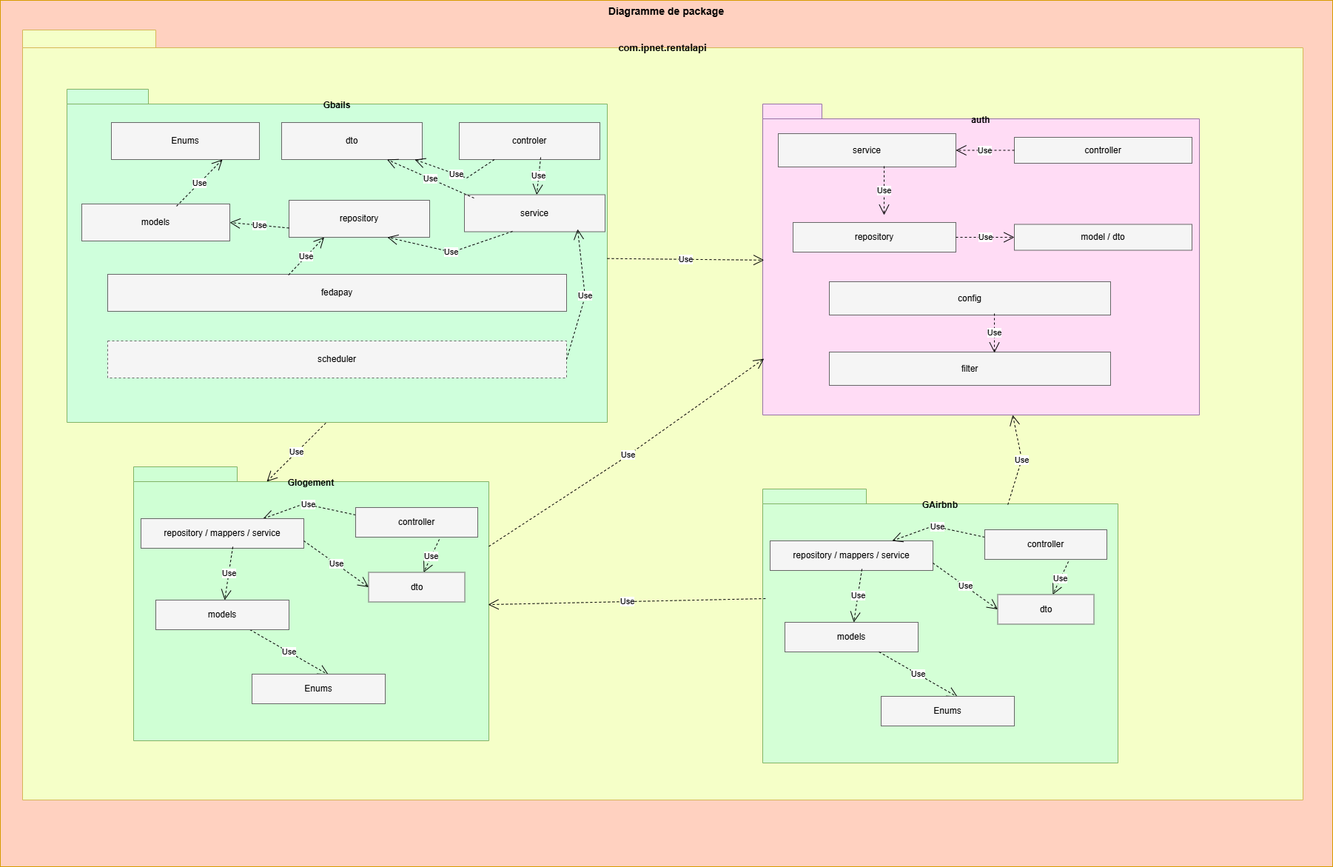
This is DIAGRAMME/package.drawio.png from xavierGIT04/Soutenance, a draw.io export, as it was before one commit. Source tidied: cells renumbered, new cells last; positions are measured from the earlier drawing's top-left corner, leaving out a move shared by most shapes.
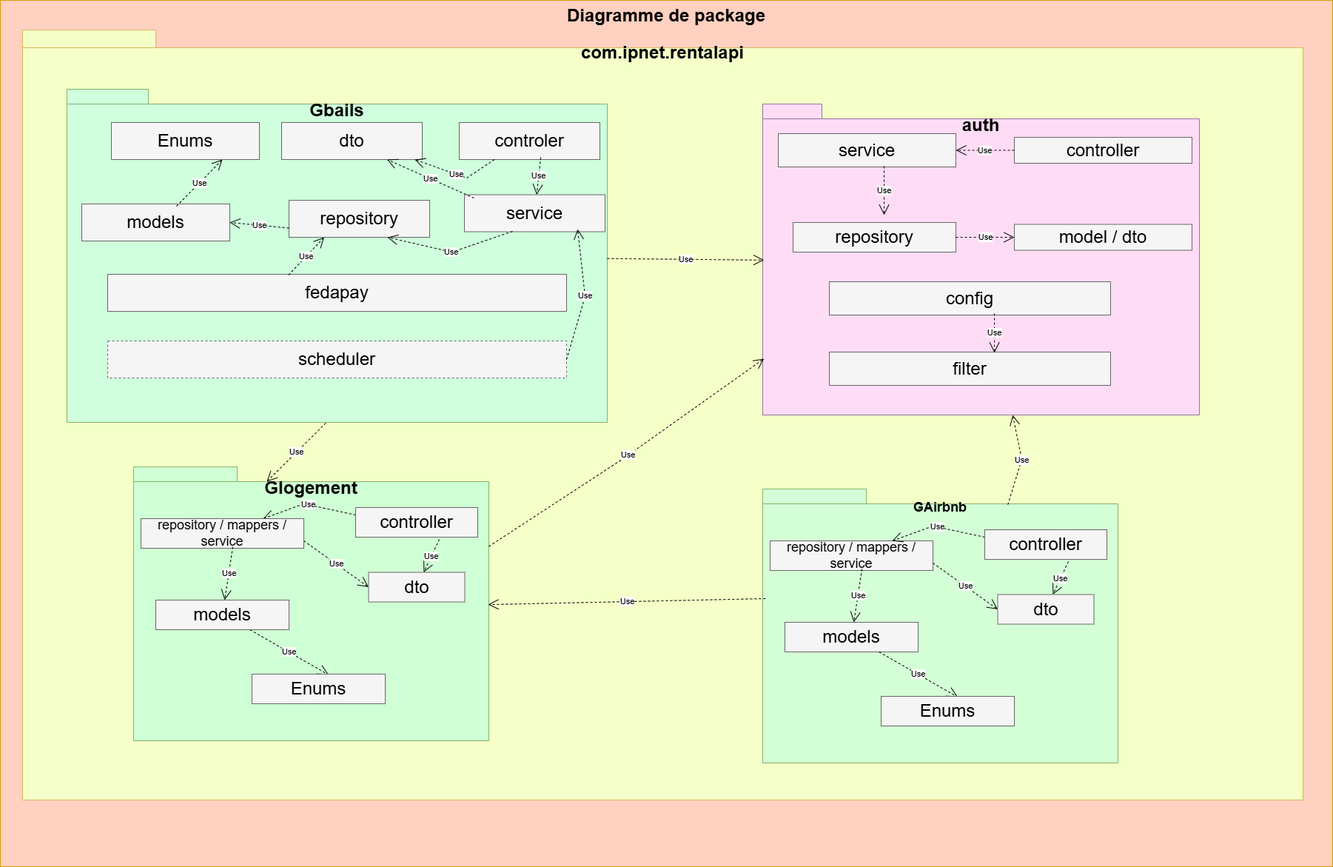
The same file after the commit.

The edit, as a diff of the source:
```diff
@@ -2,55 +2,55 @@
   <root>
     <mxCell id="0" />
     <mxCell id="1" parent="0" />
-    <mxCell id="2" value="Diagramme de package" style="rounded=0;whiteSpace=wrap;html=1;verticalAlign=top;fontStyle=1;fontSize=14;fillColor=#FFD1C0;strokeColor=#d79b00;" parent="1" vertex="1">
+    <mxCell id="2" value="&lt;font style=&quot;font-size: 24px;&quot;&gt;Diagramme de package&lt;/font&gt;" style="rounded=0;whiteSpace=wrap;html=1;verticalAlign=top;fontStyle=1;fontSize=14;fillColor=#FFD1C0;strokeColor=#d79b00;" parent="1" vertex="1">
       <mxGeometry width="1800" height="1170" as="geometry" />
     </mxCell>
-    <mxCell id="3" value="com.ipnet.rentalapi" style="shape=folder;fontStyle=1;spacingTop=10;tabWidth=180;tabHeight=24;tabPosition=left;html=1;whiteSpace=wrap;fillColor=#F5FFC8;strokeColor=#d6b656;verticalAlign=top;align=center;fontSize=13;" parent="1" vertex="1">
+    <mxCell id="3" value="&lt;font style=&quot;font-size: 24px;&quot;&gt;com.ipnet.rentalapi&lt;/font&gt;" style="shape=folder;fontStyle=1;spacingTop=10;tabWidth=180;tabHeight=24;tabPosition=left;html=1;whiteSpace=wrap;fillColor=#F5FFC8;strokeColor=#d6b656;verticalAlign=top;align=center;fontSize=13;" parent="1" vertex="1">
       <mxGeometry x="30" y="40" width="1730" height="1040" as="geometry" />
     </mxCell>
-    <mxCell id="4" value="Gbails" style="shape=folder;fontStyle=1;spacingTop=8;tabWidth=110;tabHeight=20;tabPosition=left;html=1;whiteSpace=wrap;fillColor=#CFFFDC;strokeColor=#82b366;verticalAlign=top;align=center;fontSize=12;" parent="1" vertex="1">
+    <mxCell id="4" value="&lt;font style=&quot;font-size: 24px;&quot;&gt;Gbails&lt;/font&gt;" style="shape=folder;fontStyle=1;spacingTop=8;tabWidth=110;tabHeight=20;tabPosition=left;html=1;whiteSpace=wrap;fillColor=#CFFFDC;strokeColor=#82b366;verticalAlign=top;align=center;fontSize=12;" parent="1" vertex="1">
       <mxGeometry x="90" y="120" width="730" height="450" as="geometry" />
     </mxCell>
-    <mxCell id="5" value="Enums" style="rounded=0;whiteSpace=wrap;html=1;fillColor=#f5f5f5;strokeColor=#666666;" parent="1" vertex="1">
+    <mxCell id="5" value="&lt;font style=&quot;font-size: 24px;&quot;&gt;Enums&lt;/font&gt;" style="rounded=0;whiteSpace=wrap;html=1;fillColor=#f5f5f5;strokeColor=#666666;" parent="1" vertex="1">
       <mxGeometry x="150" y="165" width="200" height="50" as="geometry" />
     </mxCell>
-    <mxCell id="6" value="controler" style="rounded=0;whiteSpace=wrap;html=1;fillColor=#f5f5f5;strokeColor=#666666;" parent="1" vertex="1">
+    <mxCell id="6" value="&lt;font style=&quot;font-size: 24px;&quot;&gt;controler&lt;/font&gt;" style="rounded=0;whiteSpace=wrap;html=1;fillColor=#f5f5f5;strokeColor=#666666;" parent="1" vertex="1">
       <mxGeometry x="620" y="165" width="190" height="50" as="geometry" />
     </mxCell>
-    <mxCell id="7" value="dto" style="rounded=0;whiteSpace=wrap;html=1;fillColor=#f5f5f5;strokeColor=#666666;" parent="1" vertex="1">
+    <mxCell id="7" value="&lt;font style=&quot;font-size: 24px;&quot;&gt;dto&lt;/font&gt;" style="rounded=0;whiteSpace=wrap;html=1;fillColor=#f5f5f5;strokeColor=#666666;" parent="1" vertex="1">
       <mxGeometry x="380" y="165" width="190" height="50" as="geometry" />
     </mxCell>
-    <mxCell id="8" value="models" style="rounded=0;whiteSpace=wrap;html=1;fillColor=#f5f5f5;strokeColor=#666666;" parent="1" vertex="1">
+    <mxCell id="8" value="&lt;font style=&quot;font-size: 24px;&quot;&gt;models&lt;/font&gt;" style="rounded=0;whiteSpace=wrap;html=1;fillColor=#f5f5f5;strokeColor=#666666;" parent="1" vertex="1">
       <mxGeometry x="110" y="275" width="200" height="50" as="geometry" />
     </mxCell>
-    <mxCell id="9" value="repository" style="rounded=0;whiteSpace=wrap;html=1;fillColor=#f5f5f5;strokeColor=#666666;" parent="1" vertex="1">
+    <mxCell id="9" value="&lt;font style=&quot;font-size: 24px;&quot;&gt;repository&lt;/font&gt;" style="rounded=0;whiteSpace=wrap;html=1;fillColor=#f5f5f5;strokeColor=#666666;" parent="1" vertex="1">
       <mxGeometry x="390" y="270" width="190" height="50" as="geometry" />
     </mxCell>
-    <mxCell id="10" value="service" style="rounded=0;whiteSpace=wrap;html=1;fillColor=#f5f5f5;strokeColor=#666666;" parent="1" vertex="1">
+    <mxCell id="10" value="&lt;font style=&quot;font-size: 24px;&quot;&gt;service&lt;/font&gt;" style="rounded=0;whiteSpace=wrap;html=1;fillColor=#f5f5f5;strokeColor=#666666;" parent="1" vertex="1">
       <mxGeometry x="627" y="262.5" width="190" height="50" as="geometry" />
     </mxCell>
-    <mxCell id="11" value="fedapay" style="rounded=0;whiteSpace=wrap;html=1;fillColor=#f5f5f5;strokeColor=#666666;" parent="1" vertex="1">
+    <mxCell id="11" value="&lt;font style=&quot;font-size: 24px;&quot;&gt;fedapay&lt;/font&gt;" style="rounded=0;whiteSpace=wrap;html=1;fillColor=#f5f5f5;strokeColor=#666666;" parent="1" vertex="1">
       <mxGeometry x="145" y="370" width="620" height="50" as="geometry" />
     </mxCell>
-    <mxCell id="12" value="scheduler" style="rounded=0;whiteSpace=wrap;html=1;fillColor=#f5f5f5;strokeColor=#666666;dashed=1;" parent="1" vertex="1">
+    <mxCell id="12" value="&lt;font style=&quot;font-size: 24px;&quot;&gt;scheduler&lt;/font&gt;" style="rounded=0;whiteSpace=wrap;html=1;fillColor=#f5f5f5;strokeColor=#666666;dashed=1;" parent="1" vertex="1">
       <mxGeometry x="145" y="460" width="620" height="50" as="geometry" />
     </mxCell>
-    <mxCell id="13" value="auth" style="shape=folder;fontStyle=1;spacingTop=8;tabWidth=80;tabHeight=20;tabPosition=left;html=1;whiteSpace=wrap;fillColor=#FFDCF5;strokeColor=#9673a6;verticalAlign=top;align=center;fontSize=12;" parent="1" vertex="1">
+    <mxCell id="13" value="&lt;font style=&quot;font-size: 24px;&quot;&gt;auth&lt;/font&gt;" style="shape=folder;fontStyle=1;spacingTop=8;tabWidth=80;tabHeight=20;tabPosition=left;html=1;whiteSpace=wrap;fillColor=#FFDCF5;strokeColor=#9673a6;verticalAlign=top;align=center;fontSize=12;" parent="1" vertex="1">
       <mxGeometry x="1030" y="140" width="590" height="420" as="geometry" />
     </mxCell>
-    <mxCell id="14" value="config" style="rounded=0;whiteSpace=wrap;html=1;fillColor=#f5f5f5;strokeColor=#666666;" parent="1" vertex="1">
+    <mxCell id="14" value="&lt;font style=&quot;font-size: 24px;&quot;&gt;config&lt;/font&gt;" style="rounded=0;whiteSpace=wrap;html=1;fillColor=#f5f5f5;strokeColor=#666666;" parent="1" vertex="1">
       <mxGeometry x="1120" y="380" width="380" height="45" as="geometry" />
     </mxCell>
-    <mxCell id="15" value="controller" style="rounded=0;whiteSpace=wrap;html=1;fillColor=#f5f5f5;strokeColor=#666666;" parent="1" vertex="1">
+    <mxCell id="15" value="&lt;font style=&quot;font-size: 24px;&quot;&gt;controller&lt;/font&gt;" style="rounded=0;whiteSpace=wrap;html=1;fillColor=#f5f5f5;strokeColor=#666666;" parent="1" vertex="1">
       <mxGeometry x="1370" y="185" width="240" height="35" as="geometry" />
     </mxCell>
-    <mxCell id="16" value="filter" style="rounded=0;whiteSpace=wrap;html=1;fillColor=#f5f5f5;strokeColor=#666666;" parent="1" vertex="1">
+    <mxCell id="16" value="&lt;font style=&quot;font-size: 24px;&quot;&gt;filter&lt;/font&gt;" style="rounded=0;whiteSpace=wrap;html=1;fillColor=#f5f5f5;strokeColor=#666666;" parent="1" vertex="1">
       <mxGeometry x="1120" y="475" width="380" height="45" as="geometry" />
     </mxCell>
-    <mxCell id="17" value="model / dto" style="rounded=0;whiteSpace=wrap;html=1;fillColor=#f5f5f5;strokeColor=#666666;" parent="1" vertex="1">
+    <mxCell id="17" value="&lt;font style=&quot;font-size: 24px;&quot;&gt;model / dto&lt;/font&gt;" style="rounded=0;whiteSpace=wrap;html=1;fillColor=#f5f5f5;strokeColor=#666666;" parent="1" vertex="1">
       <mxGeometry x="1370" y="302.5" width="240" height="35" as="geometry" />
     </mxCell>
-    <mxCell id="18" value="service" style="rounded=0;whiteSpace=wrap;html=1;fillColor=#f5f5f5;strokeColor=#666666;" parent="1" vertex="1">
+    <mxCell id="18" value="&lt;font style=&quot;font-size: 24px;&quot;&gt;service&lt;/font&gt;" style="rounded=0;whiteSpace=wrap;html=1;fillColor=#f5f5f5;strokeColor=#666666;" parent="1" vertex="1">
       <mxGeometry x="1051" y="180" width="240" height="45" as="geometry" />
     </mxCell>
     <mxCell id="19" value="Use" style="endArrow=open;endSize=12;dashed=1;html=1;rounded=0;exitX=0.579;exitY=0.94;exitDx=0;exitDy=0;exitPerimeter=0;" parent="1" edge="1" source="6" target="10">
@@ -92,7 +92,7 @@
     <mxCell id="27" value="controller" style="rounded=0;whiteSpace=wrap;html=1;fillColor=#f5f5f5;strokeColor=#666666;" parent="1" vertex="1">
       <mxGeometry x="480" y="665" width="165" height="40" as="geometry" />
     </mxCell>
-    <mxCell id="28" value="Glogement" style="shape=folder;fontStyle=1;spacingTop=8;tabWidth=140;tabHeight=20;tabPosition=left;html=1;whiteSpace=wrap;fillColor=#CFFFD4;strokeColor=#82b366;verticalAlign=top;align=center;fontSize=12;" parent="1" vertex="1">
+    <mxCell id="28" value="&lt;font style=&quot;font-size: 24px;&quot;&gt;Glogement&lt;/font&gt;" style="shape=folder;fontStyle=1;spacingTop=8;tabWidth=140;tabHeight=20;tabPosition=left;html=1;whiteSpace=wrap;fillColor=#CFFFD4;strokeColor=#82b366;verticalAlign=top;align=center;fontSize=12;" parent="1" vertex="1">
       <mxGeometry x="180" y="630" width="480" height="370" as="geometry" />
     </mxCell>
     <mxCell id="29" value="Use" style="endArrow=open;endSize=12;dashed=1;html=1;rounded=0;exitX=0;exitY=0.75;exitDx=0;exitDy=0;entryX=0.75;entryY=0;entryDx=0;entryDy=0;" parent="1" edge="1" source="27" target="30">
@@ -102,7 +102,7 @@
         </Array>
       </mxGeometry>
     </mxCell>
-    <mxCell id="30" value="repository / mappers / service" style="rounded=0;whiteSpace=wrap;html=1;fillColor=#f5f5f5;strokeColor=#666666;" parent="1" vertex="1">
+    <mxCell id="30" value="&lt;font style=&quot;font-size: 18px;&quot;&gt;repository / mappers / service&lt;/font&gt;" style="rounded=0;whiteSpace=wrap;html=1;fillColor=#f5f5f5;strokeColor=#666666;" parent="1" vertex="1">
       <mxGeometry x="190" y="700" width="220" height="40" as="geometry" />
     </mxCell>
     <mxCell id="31" value="Use" style="endArrow=open;endSize=12;dashed=1;html=1;rounded=0;exitX=0.564;exitY=0.95;exitDx=0;exitDy=0;exitPerimeter=0;" parent="1" edge="1" source="30" target="33">
@@ -111,25 +111,25 @@
     <mxCell id="32" value="Use" style="endArrow=open;endSize=12;dashed=1;html=1;rounded=0;exitX=0.706;exitY=1;exitDx=0;exitDy=0;exitPerimeter=0;entryX=0.575;entryY=0.025;entryDx=0;entryDy=0;entryPerimeter=0;" parent="1" edge="1" source="33" target="34">
       <mxGeometry relative="1" as="geometry" />
     </mxCell>
-    <mxCell id="33" value="models" style="rounded=0;whiteSpace=wrap;html=1;fillColor=#f5f5f5;strokeColor=#666666;" parent="1" vertex="1">
+    <mxCell id="33" value="&lt;font style=&quot;font-size: 24px;&quot;&gt;models&lt;/font&gt;" style="rounded=0;whiteSpace=wrap;html=1;fillColor=#f5f5f5;strokeColor=#666666;" parent="1" vertex="1">
       <mxGeometry x="210" y="810" width="180" height="40" as="geometry" />
     </mxCell>
-    <mxCell id="34" value="Enums" style="rounded=0;whiteSpace=wrap;html=1;fillColor=#f5f5f5;strokeColor=#666666;" parent="1" vertex="1">
+    <mxCell id="34" value="&lt;font style=&quot;font-size: 24px;&quot;&gt;Enums&lt;/font&gt;" style="rounded=0;whiteSpace=wrap;html=1;fillColor=#f5f5f5;strokeColor=#666666;" parent="1" vertex="1">
       <mxGeometry x="340" y="910" width="180" height="40" as="geometry" />
     </mxCell>
-    <mxCell id="35" value="dto" style="rounded=0;whiteSpace=wrap;html=1;fillColor=#f5f5f5;strokeColor=#666666;" parent="1" vertex="1">
+    <mxCell id="35" value="&lt;font style=&quot;font-size: 24px;&quot;&gt;dto&lt;/font&gt;" style="rounded=0;whiteSpace=wrap;html=1;fillColor=#f5f5f5;strokeColor=#666666;" parent="1" vertex="1">
       <mxGeometry x="497.5" y="772.5" width="130" height="40" as="geometry" />
     </mxCell>
     <mxCell id="36" value="Use" style="endArrow=open;endSize=12;dashed=1;html=1;rounded=0;exitX=1;exitY=0.75;exitDx=0;exitDy=0;entryX=0;entryY=0.5;entryDx=0;entryDy=0;" parent="1" edge="1" source="30" target="35">
       <mxGeometry relative="1" as="geometry" />
     </mxCell>
-    <mxCell id="37" value="controller" style="rounded=0;whiteSpace=wrap;html=1;fillColor=#f5f5f5;strokeColor=#666666;" parent="1" vertex="1">
+    <mxCell id="37" value="&lt;font style=&quot;font-size: 24px;&quot;&gt;controller&lt;/font&gt;" style="rounded=0;whiteSpace=wrap;html=1;fillColor=#f5f5f5;strokeColor=#666666;" parent="1" vertex="1">
       <mxGeometry x="480" y="685" width="165" height="40" as="geometry" />
     </mxCell>
     <mxCell id="38" value="Use" style="endArrow=open;endSize=12;dashed=1;html=1;rounded=0;exitX=0.685;exitY=1.075;exitDx=0;exitDy=0;exitPerimeter=0;" parent="1" edge="1" source="37" target="35">
       <mxGeometry relative="1" as="geometry" />
     </mxCell>
-    <mxCell id="39" value="repository" style="rounded=0;whiteSpace=wrap;html=1;fillColor=#f5f5f5;strokeColor=#666666;" parent="1" vertex="1">
+    <mxCell id="39" value="&lt;font style=&quot;font-size: 24px;&quot;&gt;repository&lt;/font&gt;" style="rounded=0;whiteSpace=wrap;html=1;fillColor=#f5f5f5;strokeColor=#666666;" parent="1" vertex="1">
       <mxGeometry x="1071" y="300" width="220" height="40" as="geometry" />
     </mxCell>
     <mxCell id="40" value="Use" style="endArrow=open;endSize=12;dashed=1;html=1;rounded=0;entryX=1;entryY=0.5;entryDx=0;entryDy=0;" parent="1" edge="1" source="15" target="18">
@@ -146,10 +146,10 @@
     <mxCell id="43" value="Use" style="endArrow=open;endSize=12;dashed=1;html=1;rounded=0;exitX=0.587;exitY=0.956;exitDx=0;exitDy=0;exitPerimeter=0;entryX=0.587;entryY=0.022;entryDx=0;entryDy=0;entryPerimeter=0;" parent="1" edge="1" source="14" target="16">
       <mxGeometry relative="1" as="geometry" />
     </mxCell>
-    <mxCell id="44" value="GAirbnb" style="shape=folder;fontStyle=1;spacingTop=8;tabWidth=140;tabHeight=20;tabPosition=left;html=1;whiteSpace=wrap;fillColor=#D4FFD6;strokeColor=#82b366;verticalAlign=top;align=center;fontSize=12;" parent="1" vertex="1">
+    <mxCell id="44" value="&lt;font style=&quot;font-size: 18px;&quot;&gt;GAirbnb&lt;/font&gt;" style="shape=folder;fontStyle=1;spacingTop=8;tabWidth=140;tabHeight=20;tabPosition=left;html=1;whiteSpace=wrap;fillColor=#D4FFD6;strokeColor=#82b366;verticalAlign=top;align=center;fontSize=12;" parent="1" vertex="1">
       <mxGeometry x="1030" y="660" width="480" height="370" as="geometry" />
     </mxCell>
-    <mxCell id="45" value="repository / mappers / service" style="rounded=0;whiteSpace=wrap;html=1;fillColor=#f5f5f5;strokeColor=#666666;" parent="1" vertex="1">
+    <mxCell id="45" value="&lt;font style=&quot;font-size: 18px;&quot;&gt;repository / mappers / service&lt;/font&gt;" style="rounded=0;whiteSpace=wrap;html=1;fillColor=#f5f5f5;strokeColor=#666666;" parent="1" vertex="1">
       <mxGeometry x="1040" y="730" width="220" height="40" as="geometry" />
     </mxCell>
     <mxCell id="46" value="Use" style="endArrow=open;endSize=12;dashed=1;html=1;rounded=0;exitX=0;exitY=0.75;exitDx=0;exitDy=0;entryX=0.75;entryY=0;entryDx=0;entryDy=0;" parent="1" edge="1" target="45">
@@ -160,13 +160,13 @@
         </Array>
       </mxGeometry>
     </mxCell>
-    <mxCell id="47" value="controller" style="rounded=0;whiteSpace=wrap;html=1;fillColor=#f5f5f5;strokeColor=#666666;" parent="1" vertex="1">
+    <mxCell id="47" value="&lt;font style=&quot;font-size: 24px;&quot;&gt;controller&lt;/font&gt;" style="rounded=0;whiteSpace=wrap;html=1;fillColor=#f5f5f5;strokeColor=#666666;" parent="1" vertex="1">
       <mxGeometry x="1330" y="715" width="165" height="40" as="geometry" />
     </mxCell>
     <mxCell id="48" value="Use" style="endArrow=open;endSize=12;dashed=1;html=1;rounded=0;exitX=0.685;exitY=1.075;exitDx=0;exitDy=0;exitPerimeter=0;" parent="1" edge="1" source="47" target="49">
       <mxGeometry relative="1" as="geometry" />
     </mxCell>
-    <mxCell id="49" value="dto" style="rounded=0;whiteSpace=wrap;html=1;fillColor=#f5f5f5;strokeColor=#666666;" parent="1" vertex="1">
+    <mxCell id="49" value="&lt;font style=&quot;font-size: 24px;&quot;&gt;dto&lt;/font&gt;" style="rounded=0;whiteSpace=wrap;html=1;fillColor=#f5f5f5;strokeColor=#666666;" parent="1" vertex="1">
       <mxGeometry x="1347.5" y="802.5" width="130" height="40" as="geometry" />
     </mxCell>
     <mxCell id="50" value="Use" style="endArrow=open;endSize=12;dashed=1;html=1;rounded=0;exitX=1;exitY=0.75;exitDx=0;exitDy=0;entryX=0;entryY=0.5;entryDx=0;entryDy=0;" parent="1" edge="1" source="45" target="49">
@@ -175,13 +175,13 @@
     <mxCell id="51" value="Use" style="endArrow=open;endSize=12;dashed=1;html=1;rounded=0;exitX=0.564;exitY=0.95;exitDx=0;exitDy=0;exitPerimeter=0;" parent="1" edge="1" source="45" target="52">
       <mxGeometry relative="1" as="geometry" />
     </mxCell>
-    <mxCell id="52" value="models" style="rounded=0;whiteSpace=wrap;html=1;fillColor=#f5f5f5;strokeColor=#666666;" parent="1" vertex="1">
+    <mxCell id="52" value="&lt;font style=&quot;font-size: 24px;&quot;&gt;models&lt;/font&gt;" style="rounded=0;whiteSpace=wrap;html=1;fillColor=#f5f5f5;strokeColor=#666666;" parent="1" vertex="1">
       <mxGeometry x="1060" y="840" width="180" height="40" as="geometry" />
     </mxCell>
     <mxCell id="53" value="Use" style="endArrow=open;endSize=12;dashed=1;html=1;rounded=0;exitX=0.706;exitY=1;exitDx=0;exitDy=0;exitPerimeter=0;entryX=0.575;entryY=0.025;entryDx=0;entryDy=0;entryPerimeter=0;" parent="1" edge="1" source="52" target="54">
       <mxGeometry relative="1" as="geometry" />
     </mxCell>
-    <mxCell id="54" value="Enums" style="rounded=0;whiteSpace=wrap;html=1;fillColor=#f5f5f5;strokeColor=#666666;" parent="1" vertex="1">
+    <mxCell id="54" value="&lt;font style=&quot;font-size: 24px;&quot;&gt;Enums&lt;/font&gt;" style="rounded=0;whiteSpace=wrap;html=1;fillColor=#f5f5f5;strokeColor=#666666;" parent="1" vertex="1">
       <mxGeometry x="1190" y="940" width="180" height="40" as="geometry" />
     </mxCell>
     <mxCell id="55" value="Use" style="endArrow=open;endSize=12;dashed=1;html=1;rounded=0;entryX=0.003;entryY=0.502;entryDx=0;entryDy=0;entryPerimeter=0;" parent="1" edge="1" source="4" target="13">
```
